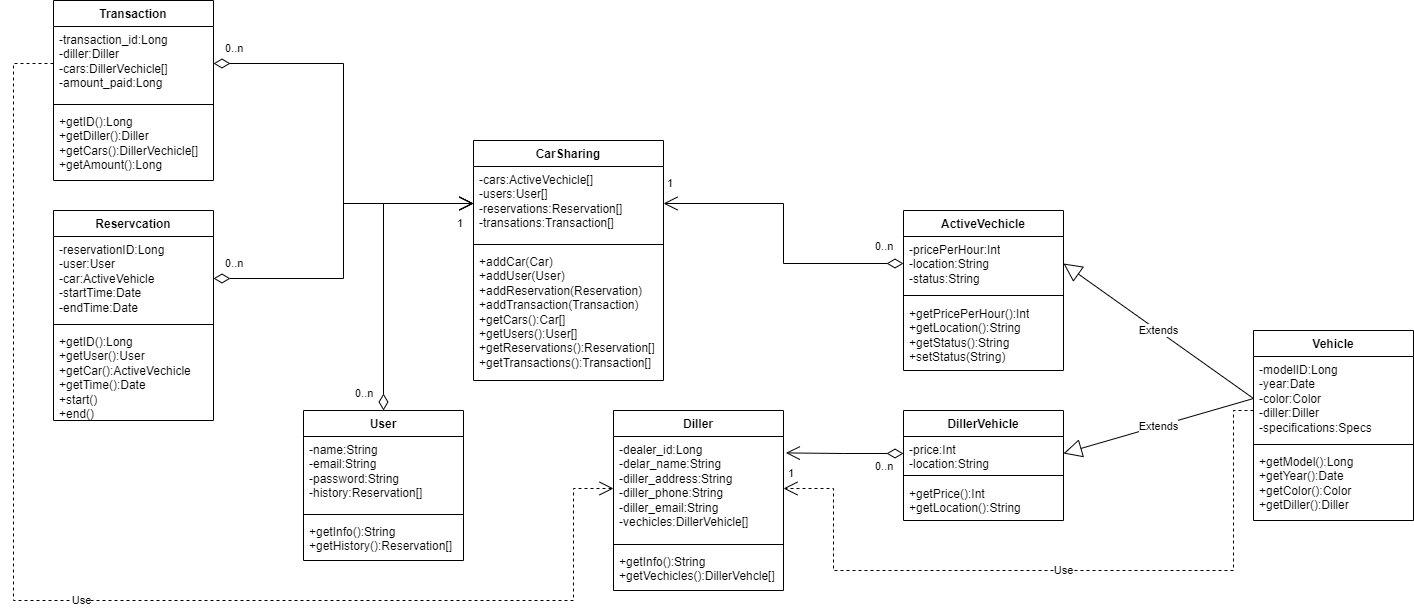
The draw.io diagram 2course2semestr/BD/Prakt3/prakt_3_class.drawio.png in MShizikU/unik, before a commit. Source tidied: cells renumbered, new cells last; positions are measured from the earlier drawing's top-left corner, leaving out a move shared by most shapes.
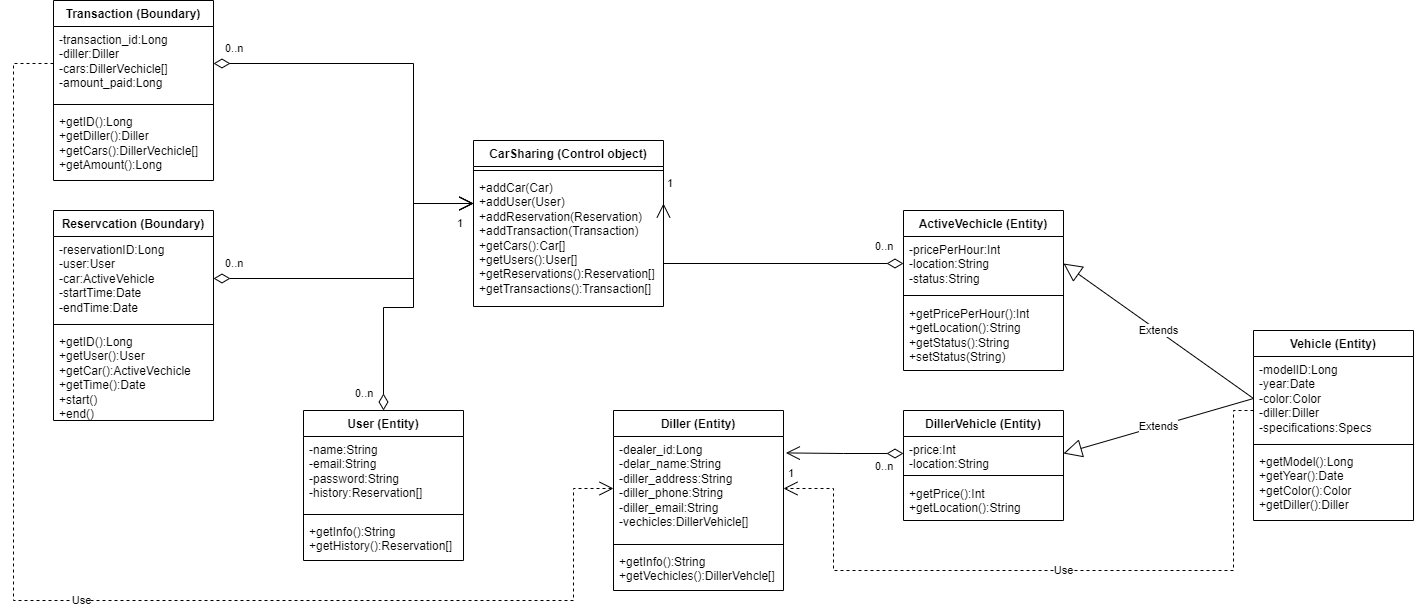
Above is the later version.

Change to the diagram source:
```diff
@@ -2,7 +2,7 @@
   <root>
     <mxCell id="0" />
     <mxCell id="1" parent="0" />
-    <mxCell id="2" value="DillerVehicle" style="swimlane;fontStyle=1;align=center;verticalAlign=top;horizontal=1;startSize=26;whiteSpace=wrap;html=1;" parent="1" vertex="1">
+    <mxCell id="2" value="DillerVehicle (Entity)" style="swimlane;fontStyle=1;align=center;verticalAlign=top;horizontal=1;startSize=26;whiteSpace=wrap;html=1;" parent="1" vertex="1">
       <mxGeometry x="890" y="410" width="160" height="110" as="geometry" />
     </mxCell>
     <mxCell id="3" value="-price:Int&lt;br&gt;-location:String" style="text;strokeColor=none;fillColor=none;align=left;verticalAlign=top;spacingLeft=4;spacingRight=4;overflow=hidden;points=[[0,0.5],[1,0.5]];portConstraint=eastwest;whiteSpace=wrap;html=1;" parent="2" vertex="1">
@@ -14,7 +14,7 @@
     <mxCell id="5" value="+getPrice():Int&lt;br&gt;+getLocation():String" style="text;strokeColor=none;fillColor=none;align=left;verticalAlign=top;spacingLeft=4;spacingRight=4;overflow=hidden;whiteSpace=wrap;html=1;" parent="2" vertex="1">
       <mxGeometry y="70" width="160" height="40" as="geometry" />
     </mxCell>
-    <mxCell id="6" value="Vehicle" style="swimlane;fontStyle=1;align=center;verticalAlign=top;horizontal=1;startSize=26;whiteSpace=wrap;html=1;" parent="1" vertex="1">
+    <mxCell id="6" value="Vehicle (Entity)" style="swimlane;fontStyle=1;align=center;verticalAlign=top;horizontal=1;startSize=26;whiteSpace=wrap;html=1;" parent="1" vertex="1">
       <mxGeometry x="1240" y="330" width="160" height="190" as="geometry" />
     </mxCell>
     <mxCell id="7" value="-modelID:Long&lt;br&gt;-year:Date&lt;br&gt;-color:Color&lt;br&gt;-diller:Diller&lt;br&gt;-specifications:Specs" style="text;strokeColor=none;fillColor=none;align=left;verticalAlign=top;spacingLeft=4;spacingRight=4;overflow=hidden;points=[[0,0.5],[1,0.5]];portConstraint=eastwest;whiteSpace=wrap;html=1;" parent="6" vertex="1">
@@ -29,7 +29,7 @@
     <mxCell id="10" value="Extends" style="endArrow=block;endSize=16;endFill=0;html=1;rounded=0;exitX=0;exitY=0.5;exitDx=0;exitDy=0;entryX=1;entryY=0.5;entryDx=0;entryDy=0;" parent="1" edge="1" source="7" target="3">
       <mxGeometry relative="1" as="geometry" />
     </mxCell>
-    <mxCell id="11" value="ActiveVechicle" style="swimlane;fontStyle=1;align=center;verticalAlign=top;horizontal=1;startSize=26;whiteSpace=wrap;html=1;" parent="1" vertex="1">
+    <mxCell id="11" value="ActiveVechicle (Entity)" style="swimlane;fontStyle=1;align=center;verticalAlign=top;horizontal=1;startSize=26;whiteSpace=wrap;html=1;" parent="1" vertex="1">
       <mxGeometry x="890" y="210" width="160" height="160" as="geometry" />
     </mxCell>
     <mxCell id="12" value="-pricePerHour:Int&lt;br&gt;-location:String&lt;br&gt;-status:String" style="text;strokeColor=none;fillColor=none;align=left;verticalAlign=top;spacingLeft=4;spacingRight=4;overflow=hidden;points=[[0,0.5],[1,0.5]];portConstraint=eastwest;whiteSpace=wrap;html=1;" parent="11" vertex="1">
@@ -44,7 +44,7 @@
     <mxCell id="15" value="Extends" style="endArrow=block;endSize=16;endFill=0;html=1;rounded=0;exitX=0;exitY=0.5;exitDx=0;exitDy=0;entryX=1;entryY=0.5;entryDx=0;entryDy=0;" parent="1" edge="1" source="7" target="12">
       <mxGeometry relative="1" as="geometry" />
     </mxCell>
-    <mxCell id="16" value="Diller" style="swimlane;fontStyle=1;align=center;verticalAlign=top;horizontal=1;startSize=26;whiteSpace=wrap;html=1;" parent="1" vertex="1">
+    <mxCell id="16" value="Diller (Entity)" style="swimlane;fontStyle=1;align=center;verticalAlign=top;horizontal=1;startSize=26;whiteSpace=wrap;html=1;" parent="1" vertex="1">
       <mxGeometry x="600" y="410" width="170" height="180" as="geometry" />
     </mxCell>
     <mxCell id="17" value="-dealer_id:Long&lt;br style=&quot;border-color: var(--border-color);&quot;&gt;-delar_name:String&lt;br style=&quot;border-color: var(--border-color);&quot;&gt;-diller_address:String&lt;br style=&quot;border-color: var(--border-color);&quot;&gt;-diller_phone:String&lt;br style=&quot;border-color: var(--border-color);&quot;&gt;-diller_email:String&lt;br style=&quot;border-color: var(--border-color);&quot;&gt;-vechicles:DillerVehicle[]" style="text;strokeColor=none;fillColor=none;align=left;verticalAlign=top;spacingLeft=4;spacingRight=4;overflow=hidden;points=[[0,0.5],[1,0.5]];portConstraint=eastwest;whiteSpace=wrap;html=1;" parent="16" vertex="1">
@@ -80,7 +80,7 @@
         </Array>
       </mxGeometry>
     </mxCell>
-    <mxCell id="24" value="User" style="swimlane;fontStyle=1;align=center;verticalAlign=top;horizontal=1;startSize=26;whiteSpace=wrap;html=1;" parent="1" vertex="1">
+    <mxCell id="24" value="User (Entity)" style="swimlane;fontStyle=1;align=center;verticalAlign=top;horizontal=1;startSize=26;whiteSpace=wrap;html=1;" parent="1" vertex="1">
       <mxGeometry x="290" y="410" width="160" height="150" as="geometry" />
     </mxCell>
     <mxCell id="25" value="-name:String&lt;br&gt;-email:String&lt;br&gt;-password:String&lt;br&gt;-history:Reservation[]" style="text;strokeColor=none;fillColor=none;align=left;verticalAlign=top;spacingLeft=4;spacingRight=4;overflow=hidden;whiteSpace=wrap;html=1;" parent="24" vertex="1">
@@ -92,20 +92,24 @@
     <mxCell id="27" value="+getInfo():String&lt;br&gt;+getHistory():Reservation[]" style="text;strokeColor=none;fillColor=none;align=left;verticalAlign=top;spacingLeft=4;spacingRight=4;overflow=hidden;whiteSpace=wrap;html=1;" parent="24" vertex="1">
       <mxGeometry y="108" width="160" height="42" as="geometry" />
     </mxCell>
-    <mxCell id="28" value="CarSharing" style="swimlane;fontStyle=1;align=center;verticalAlign=top;horizontal=1;startSize=26;whiteSpace=wrap;html=1;" parent="1" vertex="1">
-      <mxGeometry x="460" y="140" width="190" height="240" as="geometry" />
+    <mxCell id="28" value="CarSharing (Control object)" style="swimlane;fontStyle=1;align=center;verticalAlign=top;horizontal=1;startSize=26;whiteSpace=wrap;html=1;" parent="1" vertex="1">
+      <mxGeometry x="460" y="140" width="190" height="166" as="geometry" />
     </mxCell>
-    <mxCell id="29" value="-cars:ActiveVechicle[]&lt;br&gt;-users:User[]&lt;br&gt;-reservations:Reservation[]&lt;br&gt;-transations:Transaction[]" style="text;strokeColor=none;fillColor=none;align=left;verticalAlign=top;spacingLeft=4;spacingRight=4;overflow=hidden;points=[[0,0.5],[1,0.5]];portConstraint=eastwest;whiteSpace=wrap;html=1;" parent="28" vertex="1">
-      <mxGeometry y="26" width="190" height="74" as="geometry" />
-    </mxCell>
     <mxCell id="30" style="line;strokeWidth=1;fillColor=none;align=left;verticalAlign=middle;spacingTop=-1;spacingLeft=3;spacingRight=3;labelPosition=right;strokeColor=inherit;" parent="28" vertex="1">
-      <mxGeometry y="100" width="190" height="8" as="geometry" />
+      <mxGeometry y="26" width="190" height="8" as="geometry" />
     </mxCell>
     <mxCell id="31" value="+addCar(Car)&lt;br&gt;+addUser(User)&lt;br&gt;+addReservation(Reservation)&lt;br&gt;+addTransaction(Transaction)&lt;br&gt;+getCars():Car[]&lt;br style=&quot;border-color: var(--border-color);&quot;&gt;+getUsers():User[]&lt;br style=&quot;border-color: var(--border-color);&quot;&gt;+getReservations():Reservation[]&lt;br style=&quot;border-color: var(--border-color);&quot;&gt;+getTransactions():Transaction[]" style="text;strokeColor=none;fillColor=none;align=left;verticalAlign=top;spacingLeft=4;spacingRight=4;overflow=hidden;whiteSpace=wrap;html=1;" parent="28" vertex="1">
-      <mxGeometry y="108" width="190" height="132" as="geometry" />
+      <mxGeometry y="34" width="190" height="132" as="geometry" />
     </mxCell>
-    <mxCell id="32" style="endArrow=open;html=1;endSize=12;startArrow=diamondThin;startSize=14;startFill=0;edgeStyle=orthogonalEdgeStyle;rounded=0;exitX=0.5;exitY=0;exitDx=0;exitDy=0;entryX=0;entryY=0.5;entryDx=0;entryDy=0;" parent="1" edge="1" source="24" target="29">
-      <mxGeometry relative="1" as="geometry" />
+    <mxCell id="32" style="endArrow=open;html=1;endSize=12;startArrow=diamondThin;startSize=14;startFill=0;edgeStyle=orthogonalEdgeStyle;rounded=0;exitX=0.5;exitY=0;exitDx=0;exitDy=0;entryX=0;entryY=0.5;entryDx=0;entryDy=0;" parent="1" edge="1" source="24">
+      <mxGeometry relative="1" as="geometry">
+        <mxPoint x="460" y="203" as="targetPoint" />
+        <Array as="points">
+          <mxPoint x="370" y="307" />
+          <mxPoint x="400" y="307" />
+          <mxPoint x="400" y="203" />
+        </Array>
+      </mxGeometry>
     </mxCell>
     <mxCell id="33" value="0..n" style="edgeLabel;html=1;align=left;verticalAlign=top;" parent="32" vertex="1">
       <mxGeometry x="-1" relative="1" as="geometry">
@@ -117,8 +121,10 @@
         <mxPoint x="-10" y="7" as="offset" />
       </mxGeometry>
     </mxCell>
-    <mxCell id="35" style="endArrow=open;html=1;endSize=12;startArrow=diamondThin;startSize=14;startFill=0;edgeStyle=orthogonalEdgeStyle;rounded=0;exitX=0;exitY=0.5;exitDx=0;exitDy=0;entryX=1;entryY=0.5;entryDx=0;entryDy=0;" parent="1" edge="1" source="12" target="29">
-      <mxGeometry relative="1" as="geometry" />
+    <mxCell id="35" style="endArrow=open;html=1;endSize=12;startArrow=diamondThin;startSize=14;startFill=0;edgeStyle=orthogonalEdgeStyle;rounded=0;exitX=0;exitY=0.5;exitDx=0;exitDy=0;entryX=1;entryY=0.5;entryDx=0;entryDy=0;" parent="1" edge="1" source="12">
+      <mxGeometry relative="1" as="geometry">
+        <mxPoint x="650" y="203" as="targetPoint" />
+      </mxGeometry>
     </mxCell>
     <mxCell id="36" value="0..n" style="edgeLabel;html=1;align=left;verticalAlign=top;" parent="35" vertex="1">
       <mxGeometry x="-1" relative="1" as="geometry">
@@ -130,7 +136,7 @@
         <mxPoint x="10" y="-33" as="offset" />
       </mxGeometry>
     </mxCell>
-    <mxCell id="38" value="Reservcation" style="swimlane;fontStyle=1;align=center;verticalAlign=top;horizontal=1;startSize=26;whiteSpace=wrap;html=1;" parent="1" vertex="1">
+    <mxCell id="38" value="Reservcation (Boundary)" style="swimlane;fontStyle=1;align=center;verticalAlign=top;horizontal=1;startSize=26;whiteSpace=wrap;html=1;" parent="1" vertex="1">
       <mxGeometry x="40" y="210" width="160" height="210" as="geometry" />
     </mxCell>
     <mxCell id="39" value="-reservationID:Long&lt;br&gt;-user:User&lt;br&gt;-car:ActiveVehicle&lt;br&gt;-startTime:Date&lt;br&gt;-endTime:Date" style="text;strokeColor=none;fillColor=none;align=left;verticalAlign=top;spacingLeft=4;spacingRight=4;overflow=hidden;points=[[0,0.5],[1,0.5]];portConstraint=eastwest;whiteSpace=wrap;html=1;" parent="38" vertex="1">
@@ -142,8 +148,14 @@
     <mxCell id="41" value="+getID():Long&lt;br&gt;+getUser():User&lt;br&gt;+getCar():ActiveVechicle&lt;br&gt;+getTime():Date&lt;br&gt;+start()&lt;br&gt;+end()" style="text;strokeColor=none;fillColor=none;align=left;verticalAlign=top;spacingLeft=4;spacingRight=4;overflow=hidden;whiteSpace=wrap;html=1;" parent="38" vertex="1">
       <mxGeometry y="118" width="160" height="92" as="geometry" />
     </mxCell>
-    <mxCell id="42" style="endArrow=open;html=1;endSize=12;startArrow=diamondThin;startSize=14;startFill=0;edgeStyle=orthogonalEdgeStyle;rounded=0;exitX=1;exitY=0.5;exitDx=0;exitDy=0;entryX=0;entryY=0.5;entryDx=0;entryDy=0;" parent="1" edge="1" source="39" target="29">
-      <mxGeometry relative="1" as="geometry" />
+    <mxCell id="42" style="endArrow=open;html=1;endSize=12;startArrow=diamondThin;startSize=14;startFill=0;edgeStyle=orthogonalEdgeStyle;rounded=0;exitX=1;exitY=0.5;exitDx=0;exitDy=0;entryX=0;entryY=0.5;entryDx=0;entryDy=0;" parent="1" edge="1" source="39">
+      <mxGeometry relative="1" as="geometry">
+        <mxPoint x="460" y="203" as="targetPoint" />
+        <Array as="points">
+          <mxPoint x="400" y="278" />
+          <mxPoint x="400" y="203" />
+        </Array>
+      </mxGeometry>
     </mxCell>
     <mxCell id="43" value="0..n" style="edgeLabel;html=1;align=left;verticalAlign=top;" parent="42" vertex="1">
       <mxGeometry x="-1" relative="1" as="geometry">
@@ -155,7 +167,7 @@
         <mxPoint x="-10" y="7" as="offset" />
       </mxGeometry>
     </mxCell>
-    <mxCell id="45" value="Transaction" style="swimlane;fontStyle=1;align=center;verticalAlign=top;horizontal=1;startSize=26;whiteSpace=wrap;html=1;" parent="1" vertex="1">
+    <mxCell id="45" value="Transaction (Boundary)" style="swimlane;fontStyle=1;align=center;verticalAlign=top;horizontal=1;startSize=26;whiteSpace=wrap;html=1;" parent="1" vertex="1">
       <mxGeometry x="40" width="160" height="180" as="geometry" />
     </mxCell>
     <mxCell id="46" value="-transaction_id:Long&lt;br&gt;-diller:Diller&lt;br&gt;-cars:DillerVechicle[]&lt;br&gt;-amount_paid:Long" style="text;strokeColor=none;fillColor=none;align=left;verticalAlign=top;spacingLeft=4;spacingRight=4;overflow=hidden;points=[[0,0.5],[1,0.5]];portConstraint=eastwest;whiteSpace=wrap;html=1;" parent="45" vertex="1">
@@ -167,8 +179,14 @@
     <mxCell id="48" value="+getID():Long&lt;br&gt;+getDiller():Diller&lt;br&gt;+getCars():DillerVechicle[]&lt;br&gt;+getAmount():Long" style="text;strokeColor=none;fillColor=none;align=left;verticalAlign=top;spacingLeft=4;spacingRight=4;overflow=hidden;whiteSpace=wrap;html=1;" parent="45" vertex="1">
       <mxGeometry y="108" width="160" height="72" as="geometry" />
     </mxCell>
-    <mxCell id="49" style="endArrow=open;html=1;endSize=12;startArrow=diamondThin;startSize=14;startFill=0;edgeStyle=orthogonalEdgeStyle;rounded=0;exitX=1;exitY=0.5;exitDx=0;exitDy=0;entryX=0;entryY=0.5;entryDx=0;entryDy=0;" parent="1" edge="1" source="46" target="29">
-      <mxGeometry relative="1" as="geometry" />
+    <mxCell id="49" style="endArrow=open;html=1;endSize=12;startArrow=diamondThin;startSize=14;startFill=0;edgeStyle=orthogonalEdgeStyle;rounded=0;exitX=1;exitY=0.5;exitDx=0;exitDy=0;entryX=0;entryY=0.5;entryDx=0;entryDy=0;" parent="1" edge="1" source="46">
+      <mxGeometry relative="1" as="geometry">
+        <mxPoint x="460" y="203" as="targetPoint" />
+        <Array as="points">
+          <mxPoint x="400" y="63" />
+          <mxPoint x="400" y="203" />
+        </Array>
+      </mxGeometry>
     </mxCell>
     <mxCell id="50" value="0..n" style="edgeLabel;html=1;align=left;verticalAlign=top;" parent="49" vertex="1">
       <mxGeometry x="-1" relative="1" as="geometry">
```
